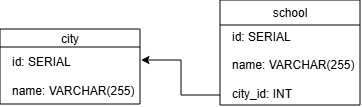
MaxxKs/job4j_design keeps this draw.io diagram as db/car-to-vin.png. Above is the earlier version. Source tidied: cells renumbered, new cells last; positions are measured from the earlier drawing's top-left corner, leaving out a move shared by most shapes.
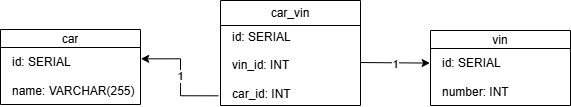
The same diagram one commit later.

Commit message:
1. Связи между таблицами [#3736151]

The edit, as a diff of the source:
```diff
@@ -2,40 +2,65 @@
   <root>
     <mxCell id="0" />
     <mxCell id="1" parent="0" />
-    <mxCell id="2" style="shape=table;startSize=0;fixedHeader=1;" parent="1" vertex="1">
-      <mxGeometry y="29" width="140" height="75" as="geometry" />
-    </mxCell>
-    <mxCell id="3" style="shape=tableRow;horizontal=0;startSize=0;swimlaneHead=0;swimlaneBody=0;strokeColor=inherit;top=0;left=0;bottom=0;right=0;fillColor=none;fixedHeader=1;" parent="2" vertex="1">
-      <mxGeometry width="140" height="18" as="geometry" />
-    </mxCell>
-    <mxCell id="4" value="city" style="shape=partialRectangle;html=1;whiteSpace=wrap;strokeColor=inherit;overflow=hidden;fillColor=none;top=0;left=0;bottom=0;right=0;" parent="3" vertex="1">
-      <mxGeometry width="140" height="18" as="geometry" />
-    </mxCell>
-    <mxCell id="5" style="shape=tableRow;horizontal=0;startSize=0;swimlaneHead=0;swimlaneBody=0;strokeColor=inherit;top=0;left=0;bottom=0;right=0;fillColor=none;fixedHeader=1;autosizeText=1;" parent="2" vertex="1">
-      <mxGeometry y="18" width="140" height="57" as="geometry" />
-    </mxCell>
+    <mxCell id="13" style="shape=table;startSize=0;fixedHeader=1;" parent="1" vertex="1">
+      <mxGeometry y="159" width="140" height="75" as="geometry" />
+    </mxCell>
+    <mxCell id="14" style="shape=tableRow;horizontal=0;startSize=0;swimlaneHead=0;swimlaneBody=0;strokeColor=inherit;top=0;left=0;bottom=0;right=0;fillColor=none;fixedHeader=1;" parent="13" vertex="1">
+      <mxGeometry width="140" height="18" as="geometry" />
+    </mxCell>
+    <mxCell id="15" value="car" style="shape=partialRectangle;html=1;whiteSpace=wrap;strokeColor=inherit;overflow=hidden;fillColor=none;top=0;left=0;bottom=0;right=0;" parent="14" vertex="1">
+      <mxGeometry width="140" height="18" as="geometry" />
+    </mxCell>
+    <mxCell id="16" style="shape=tableRow;horizontal=0;startSize=0;swimlaneHead=0;swimlaneBody=0;strokeColor=inherit;top=0;left=0;bottom=0;right=0;fillColor=none;points=[[0,0.5],[1,0.5]];portConstraint=eastwest;fixedHeader=1;autosizeText=1;" parent="13" vertex="1">
+      <mxGeometry y="18" width="140" height="57" as="geometry" />
+    </mxCell>
-    <mxCell id="6" value="&lt;span style=&quot;background-color: transparent; color: light-dark(rgb(0, 0, 0), rgb(255, 255, 255));&quot;&gt;&amp;nbsp; &amp;nbsp;id: SERIAL&lt;br&gt;&lt;/span&gt;&lt;span style=&quot;background-color: transparent; color: light-dark(rgb(0, 0, 0), rgb(255, 255, 255));&quot;&gt;&lt;br&gt;&lt;/span&gt;&lt;div&gt;&lt;span style=&quot;background-color: transparent; color: light-dark(rgb(0, 0, 0), rgb(255, 255, 255));&quot;&gt;&amp;nbsp; &amp;nbsp;name: VARCHAR(255)&lt;/span&gt;&lt;/div&gt;" style="shape=partialRectangle;html=1;whiteSpace=wrap;strokeColor=inherit;overflow=hidden;fillColor=none;top=0;left=0;bottom=0;right=0;align=left;" parent="5" vertex="1">
+    <mxCell id="6" value="&lt;span style=&quot;background-color: transparent; color: light-dark(rgb(0, 0, 0), rgb(255, 255, 255));&quot;&gt;&amp;nbsp; &amp;nbsp;id: SERIAL&lt;br&gt;&lt;/span&gt;&lt;span style=&quot;background-color: transparent; color: light-dark(rgb(0, 0, 0), rgb(255, 255, 255));&quot;&gt;&lt;br&gt;&lt;/span&gt;&lt;div&gt;&lt;span style=&quot;background-color: transparent; color: light-dark(rgb(0, 0, 0), rgb(255, 255, 255));&quot;&gt;&amp;nbsp; &amp;nbsp;name: VARCHAR(255)&lt;/span&gt;&lt;/div&gt;" style="shape=partialRectangle;html=1;whiteSpace=wrap;strokeColor=inherit;overflow=hidden;fillColor=none;top=0;left=0;bottom=0;right=0;align=left;" parent="16" vertex="1">
       <mxGeometry width="140" height="57" as="geometry" />
     </mxCell>
-    <mxCell id="7" style="shape=table;startSize=0;fixedHeader=1;" parent="1" vertex="1">
-      <mxGeometry x="220" width="140" height="105" as="geometry" />
-    </mxCell>
+    <mxCell id="17" style="shape=table;startSize=0;fixedHeader=1;" parent="1" vertex="1">
+      <mxGeometry x="220" y="130" width="140" height="105" as="geometry" />
+    </mxCell>
-    <mxCell id="8" style="shape=tableRow;horizontal=0;startSize=0;swimlaneHead=0;swimlaneBody=0;strokeColor=inherit;top=0;left=0;bottom=0;right=0;fillColor=none;fixedHeader=1;" parent="7" vertex="1">
+    <mxCell id="8" style="shape=tableRow;horizontal=0;startSize=0;swimlaneHead=0;swimlaneBody=0;strokeColor=inherit;top=0;left=0;bottom=0;right=0;fillColor=none;fixedHeader=1;" parent="17" vertex="1">
       <mxGeometry width="140" height="25" as="geometry" />
     </mxCell>
-    <mxCell id="9" value="school" style="shape=partialRectangle;html=1;whiteSpace=wrap;strokeColor=inherit;overflow=hidden;fillColor=none;top=0;left=0;bottom=0;right=0;" parent="8" vertex="1">
-      <mxGeometry width="140" height="25" as="geometry" />
-    </mxCell>
+    <mxCell id="18" value="car_vin" style="shape=partialRectangle;html=1;whiteSpace=wrap;strokeColor=inherit;overflow=hidden;fillColor=none;top=0;left=0;bottom=0;right=0;" parent="8" vertex="1">
+      <mxGeometry width="140" height="25" as="geometry" />
+    </mxCell>
-    <mxCell id="10" style="shape=tableRow;horizontal=0;startSize=0;swimlaneHead=0;swimlaneBody=0;strokeColor=inherit;top=0;left=0;bottom=0;right=0;fillColor=none;points=[[0,0.5],[1,0.5]];portConstraint=eastwest;fixedHeader=1;autosizeText=1;" parent="7" vertex="1">
+    <mxCell id="10" style="shape=tableRow;horizontal=0;startSize=0;swimlaneHead=0;swimlaneBody=0;strokeColor=inherit;top=0;left=0;bottom=0;right=0;fillColor=none;points=[[0,0.5],[1,0.5]];portConstraint=eastwest;fixedHeader=1;autosizeText=1;" parent="17" vertex="1">
       <mxGeometry y="25" width="140" height="80" as="geometry" />
     </mxCell>
-    <mxCell id="11" value="&lt;span style=&quot;background-color: transparent; color: light-dark(rgb(0, 0, 0), rgb(255, 255, 255));&quot;&gt;&amp;nbsp; &amp;nbsp;id: SERIAL&lt;br&gt;&lt;/span&gt;&lt;span style=&quot;background-color: transparent; color: light-dark(rgb(0, 0, 0), rgb(255, 255, 255));&quot;&gt;&lt;br&gt;&lt;/span&gt;&lt;div&gt;&lt;span style=&quot;background-color: transparent; color: light-dark(rgb(0, 0, 0), rgb(255, 255, 255));&quot;&gt;&amp;nbsp; &amp;nbsp;&lt;/span&gt;&lt;span style=&quot;background-color: transparent; color: light-dark(rgb(0, 0, 0), rgb(255, 255, 255));&quot;&gt;name: VARCHAR(255)&lt;/span&gt;&lt;/div&gt;&lt;div&gt;&lt;span style=&quot;background-color: transparent; color: light-dark(rgb(0, 0, 0), rgb(255, 255, 255));&quot;&gt;&lt;br&gt;&lt;/span&gt;&lt;/div&gt;&lt;div&gt;&lt;span style=&quot;background-color: transparent;&quot;&gt;&amp;nbsp; &amp;nbsp;city_id: INT&lt;/span&gt;&lt;/div&gt;" style="shape=partialRectangle;html=1;whiteSpace=wrap;strokeColor=inherit;overflow=hidden;fillColor=none;top=0;left=0;bottom=0;right=0;align=left;" parent="10" vertex="1">
-      <mxGeometry width="140" height="80" as="geometry" />
-    </mxCell>
-    <mxCell id="12" style="endArrow=classic;html=1;rounded=0;edgeStyle=orthogonalEdgeStyle;exitX=0;exitY=0.875;exitDx=0;exitDy=0;exitPerimeter=0;" parent="1" edge="1" source="10">
-      <mxGeometry relative="1" as="geometry">
-        <mxPoint x="141" y="60" as="targetPoint" />
-      </mxGeometry>
-    </mxCell>
+    <mxCell id="19" value="&lt;span style=&quot;background-color: transparent; color: light-dark(rgb(0, 0, 0), rgb(255, 255, 255));&quot;&gt;&amp;nbsp; &amp;nbsp;id: SERIAL&lt;br&gt;&lt;/span&gt;&lt;span style=&quot;background-color: transparent; color: light-dark(rgb(0, 0, 0), rgb(255, 255, 255));&quot;&gt;&lt;br&gt;&lt;/span&gt;&lt;div&gt;&lt;span style=&quot;background-color: transparent; color: light-dark(rgb(0, 0, 0), rgb(255, 255, 255));&quot;&gt;&amp;nbsp; &amp;nbsp;vin&lt;/span&gt;&lt;span style=&quot;background-color: transparent; color: light-dark(rgb(0, 0, 0), rgb(255, 255, 255));&quot;&gt;_id: INT&lt;/span&gt;&lt;/div&gt;&lt;div&gt;&lt;span style=&quot;background-color: transparent; color: light-dark(rgb(0, 0, 0), rgb(255, 255, 255));&quot;&gt;&lt;br&gt;&lt;/span&gt;&lt;/div&gt;&lt;div&gt;&lt;span style=&quot;background-color: transparent;&quot;&gt;&amp;nbsp; &amp;nbsp;car_id: INT&lt;/span&gt;&lt;/div&gt;" style="shape=partialRectangle;html=1;whiteSpace=wrap;strokeColor=inherit;overflow=hidden;fillColor=none;top=0;left=0;bottom=0;right=0;align=left;" parent="10" vertex="1">
+      <mxGeometry width="140" height="80" as="geometry" />
+    </mxCell>
+    <mxCell id="20" style="shape=table;startSize=0;fixedHeader=1;" parent="1" vertex="1">
+      <mxGeometry x="430" y="160" width="140" height="75" as="geometry" />
+    </mxCell>
+    <mxCell id="21" style="shape=tableRow;horizontal=0;startSize=0;swimlaneHead=0;swimlaneBody=0;strokeColor=inherit;top=0;left=0;bottom=0;right=0;fillColor=none;fixedHeader=1;" parent="20" vertex="1">
+      <mxGeometry width="140" height="18" as="geometry" />
+    </mxCell>
+    <mxCell id="22" value="vin" style="shape=partialRectangle;html=1;whiteSpace=wrap;strokeColor=inherit;overflow=hidden;fillColor=none;top=0;left=0;bottom=0;right=0;" parent="21" vertex="1">
+      <mxGeometry width="140" height="18" as="geometry" />
+    </mxCell>
+    <mxCell id="23" style="shape=tableRow;horizontal=0;startSize=0;swimlaneHead=0;swimlaneBody=0;strokeColor=inherit;top=0;left=0;bottom=0;right=0;fillColor=none;points=[[0,0.5],[1,0.5]];portConstraint=eastwest;fixedHeader=1;autosizeText=1;" parent="20" vertex="1">
+      <mxGeometry y="18" width="140" height="57" as="geometry" />
+    </mxCell>
+    <mxCell id="24" value="&lt;span style=&quot;background-color: transparent; color: light-dark(rgb(0, 0, 0), rgb(255, 255, 255));&quot;&gt;&amp;nbsp; &amp;nbsp;id: SERIAL&lt;br&gt;&lt;/span&gt;&lt;span style=&quot;background-color: transparent; color: light-dark(rgb(0, 0, 0), rgb(255, 255, 255));&quot;&gt;&lt;br&gt;&lt;/span&gt;&lt;div&gt;&lt;span style=&quot;background-color: transparent; color: light-dark(rgb(0, 0, 0), rgb(255, 255, 255));&quot;&gt;&amp;nbsp; &amp;nbsp;number: INT&lt;/span&gt;&lt;/div&gt;" style="shape=partialRectangle;html=1;whiteSpace=wrap;strokeColor=inherit;overflow=hidden;fillColor=none;top=0;left=0;bottom=0;right=0;align=left;" parent="23" vertex="1">
+      <mxGeometry width="140" height="57" as="geometry" />
+    </mxCell>
+    <mxCell id="25" style="endArrow=classic;html=1;rounded=0;entryX=1.002;entryY=0.199;entryDx=0;entryDy=0;entryPerimeter=0;exitX=-0.014;exitY=0.879;exitDx=0;exitDy=0;exitPerimeter=0;edgeStyle=orthogonalEdgeStyle;" parent="1" edge="1" source="10" target="16">
+      <mxGeometry relative="1" as="geometry" />
+    </mxCell>
+    <mxCell id="26" value="1" style="edgeLabel;html=1;align=center;verticalAlign=middle;" parent="25" vertex="1">
+      <mxGeometry relative="1" as="geometry" />
+    </mxCell>
+    <mxCell id="27" style="endArrow=classic;html=1;rounded=0;entryX=-0.003;entryY=0.256;entryDx=0;entryDy=0;entryPerimeter=0;exitX=1.002;exitY=0.463;exitDx=0;exitDy=0;exitPerimeter=0;" parent="1" edge="1" source="10" target="23">
+      <mxGeometry relative="1" as="geometry" />
+    </mxCell>
+    <mxCell id="28" value="1" style="edgeLabel;html=1;align=center;verticalAlign=middle;" parent="27" vertex="1">
+      <mxGeometry relative="1" as="geometry" />
+    </mxCell>
+    <mxCell id="29" value="1" style="edgeLabel;html=1;align=center;verticalAlign=middle;" parent="27" vertex="1">
+      <mxGeometry x="-0.02" y="-1" relative="1" as="geometry" />
+    </mxCell>
   </root>
 </mxGraphModel>
```
